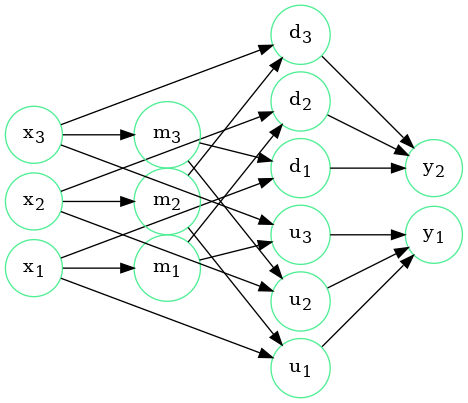
The Graphviz diagram p1/img/mp.png in Serede/neuro-1718, before a commit. Its source is kept beside it as p1/img/mp.dot. Source of this version:
```dot
digraph MP {
    layout=neato;
    rankdir=LR;
    #overlap = false;
    #splines = true;

    subgraph x {
        color=blue;
        node [style=solid,color=seagreen2, shape=circle];
        x1 [label=<x<SUB>1</SUB>>, pos="0,75!"];
        x2 [label=<x<SUB>2</SUB>>, pos="0,125!"];
        x3 [label=<x<SUB>3</SUB>>, pos="0,175!"];
        {rank=same; x1 x2 x3}
        x1 -> x2 -> x3 [style=invis];
    }

    subgraph m {
        color=blue;
        node [style=solid,color=seagreen2, shape=circle];
        m1 [label=<m<SUB>1</SUB>>, pos="100,75!"];
        m2 [label=<m<SUB>2</SUB>>, pos="100,125!"];
        m3 [label=<m<SUB>3</SUB>>, pos="100,175!"];
        {rank=same; m1 m2 m3}
        m1 -> m2 -> m3 [style=invis];
    }

    subgraph u {
        color=blue;
        node [style=solid,color=seagreen2, shape=circle];
        u1 [label=<u<SUB>1</SUB>>, pos="200,0!"];
        u2 [label=<u<SUB>2</SUB>>, pos="200,50!"];
        u3 [label=<u<SUB>3</SUB>>, pos="200,100!"];
        {rank=same; u1 u2 u3}
        u1 -> u2 -> u3 [style=invis];
    }

    subgraph d {
        color=blue;
        node [style=solid,color=seagreen2, shape=circle];
        d1 [label=<d<SUB>1</SUB>>, pos="200,150!"];
        d2 [label=<d<SUB>2</SUB>>, pos="200,200!"];
        d3 [label=<d<SUB>3</SUB>>, pos="200,250!"];
        {rank=same; d1 d2 d3}
        d1 -> d2 -> d3 [style=invis];
    }

    subgraph y {
        color=blue;
        node [style=solid,color=seagreen2, shape=circle];
        y1 [label=<y<SUB>1</SUB>>, pos="300,100!"];
        y2 [label=<y<SUB>2</SUB>>, pos="300,150!"];
        {rank=same; y1 y2}
        y1 -> y2 [style=invis];
    }

    x1 -> d1;
    x1 -> m1;
    x1 -> u1;
    x2 -> d2;
    x2 -> m2;
    x2 -> u2;
    x3 -> d3;
    x3 -> m3;
    x3 -> u3;
    m1 -> d2;
    m1 -> u3;
    m2 -> d3;
    m2 -> u1;
    m3 -> d1;
    m3 -> u2;
    u1 -> y1;
    u2 -> y1;
    u3 -> y1;
    d1 -> y2;
    d2 -> y2;
    d3 -> y2;
}
```
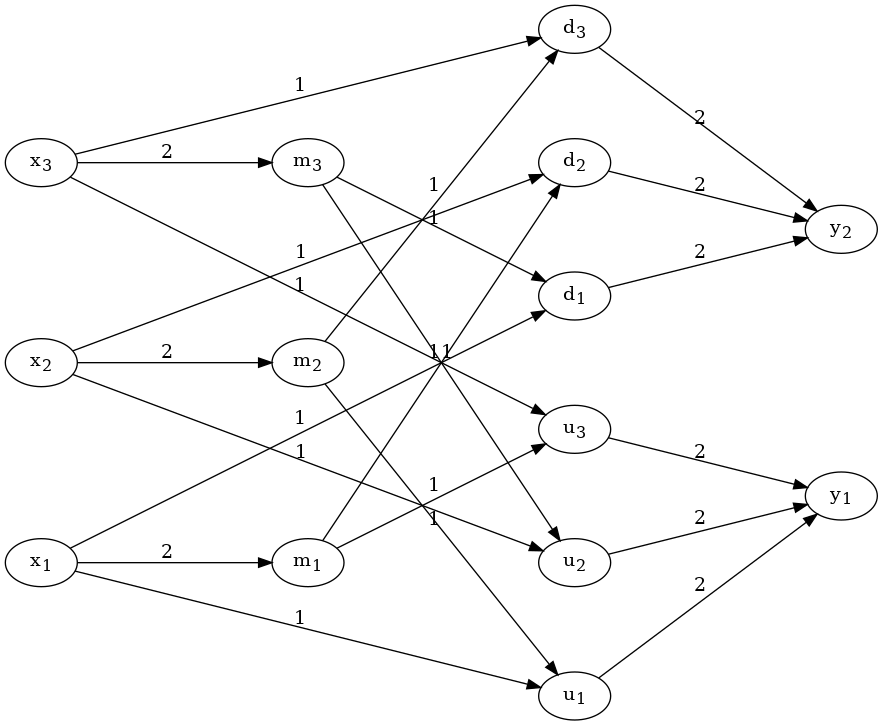
Later version of the same file.

The edit, as a diff of the source:
```diff
@@ -1,77 +1,67 @@
 digraph MP {
     layout=neato;
     rankdir=LR;
-    #overlap = false;
-    #splines = true;
+    overlap = false;
+    splines = true;
 
     subgraph x {
-        color=blue;
-        node [style=solid,color=seagreen2, shape=circle];
-        x1 [label=<x<SUB>1</SUB>>, pos="0,75!"];
-        x2 [label=<x<SUB>2</SUB>>, pos="0,125!"];
-        x3 [label=<x<SUB>3</SUB>>, pos="0,175!"];
+        x1 [label=<x<SUB>1</SUB>>, pos="0,100!"];
+        x2 [label=<x<SUB>2</SUB>>, pos="0,250!"];
+        x3 [label=<x<SUB>3</SUB>>, pos="0,400!"];
         {rank=same; x1 x2 x3}
         x1 -> x2 -> x3 [style=invis];
     }
 
     subgraph m {
-        color=blue;
-        node [style=solid,color=seagreen2, shape=circle];
-        m1 [label=<m<SUB>1</SUB>>, pos="100,75!"];
-        m2 [label=<m<SUB>2</SUB>>, pos="100,125!"];
-        m3 [label=<m<SUB>3</SUB>>, pos="100,175!"];
+        m1 [label=<m<SUB>1</SUB>>, pos="200,100!"];
+        m2 [label=<m<SUB>2</SUB>>, pos="200,250!"];
+        m3 [label=<m<SUB>3</SUB>>, pos="200,400!"];
         {rank=same; m1 m2 m3}
         m1 -> m2 -> m3 [style=invis];
     }
 
     subgraph u {
-        color=blue;
-        node [style=solid,color=seagreen2, shape=circle];
-        u1 [label=<u<SUB>1</SUB>>, pos="200,0!"];
-        u2 [label=<u<SUB>2</SUB>>, pos="200,50!"];
-        u3 [label=<u<SUB>3</SUB>>, pos="200,100!"];
+        u1 [label=<u<SUB>1</SUB>>, pos="400,0!"];
+        u2 [label=<u<SUB>2</SUB>>, pos="400,100!"];
+        u3 [label=<u<SUB>3</SUB>>, pos="400,200!"];
         {rank=same; u1 u2 u3}
         u1 -> u2 -> u3 [style=invis];
     }
 
     subgraph d {
-        color=blue;
-        node [style=solid,color=seagreen2, shape=circle];
-        d1 [label=<d<SUB>1</SUB>>, pos="200,150!"];
-        d2 [label=<d<SUB>2</SUB>>, pos="200,200!"];
-        d3 [label=<d<SUB>3</SUB>>, pos="200,250!"];
+        d1 [label=<d<SUB>1</SUB>>, pos="400,300!"];
+        d2 [label=<d<SUB>2</SUB>>, pos="400,400!"];
+        d3 [label=<d<SUB>3</SUB>>, pos="400,500!"];
         {rank=same; d1 d2 d3}
         d1 -> d2 -> d3 [style=invis];
     }
 
     subgraph y {
-        color=blue;
-        node [style=solid,color=seagreen2, shape=circle];
-        y1 [label=<y<SUB>1</SUB>>, pos="300,100!"];
-        y2 [label=<y<SUB>2</SUB>>, pos="300,150!"];
+        y1 [label=<y<SUB>1</SUB>>, pos="600,150!"];
+        y2 [label=<y<SUB>2</SUB>>, pos="600,350!"];
         {rank=same; y1 y2}
         y1 -> y2 [style=invis];
     }
 
-    x1 -> d1;
-    x1 -> m1;
-    x1 -> u1;
-    x2 -> d2;
-    x2 -> m2;
-    x2 -> u2;
-    x3 -> d3;
-    x3 -> m3;
-    x3 -> u3;
-    m1 -> d2;
-    m1 -> u3;
-    m2 -> d3;
-    m2 -> u1;
-    m3 -> d1;
-    m3 -> u2;
-    u1 -> y1;
-    u2 -> y1;
-    u3 -> y1;
-    d1 -> y2;
-    d2 -> y2;
-    d3 -> y2;
+    x1 -> d1 [label=1];
+    x1 -> m1 [label=2];
+    x1 -> u1 [label=1];
+    x2 -> d2 [label=1];
+    x2 -> m2 [label=2];
+    x2 -> u2 [label=1];
+    x3 -> d3 [label=1];
+    x3 -> m3 [label=2];
+    x3 -> u3 [label=1];
+    m1 -> d2 [label=1];
+    m1 -> u3 [label=1];
+    m2 -> d3 [label=1];
+    m2 -> u1 [label=1];
+    m3 -> d1 [label=1];
+    m3 -> u2 [label=1];
+    u1 -> y1 [label=2];
+    u2 -> y1 [label=2];
+    u3 -> y1 [label=2];
+    d1 -> y2 [label=2];
+    d2 -> y2 [label=2];
+    d3 -> y2 [label=2];
 }
```
